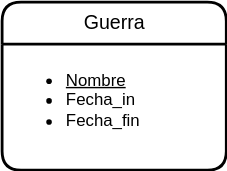
Jimxx22/C3-UD11-UML keeps this draw.io diagram as UD12-4.svg. Above is the earlier version. Source tidied: cells renumbered, new cells last; positions are measured from the earlier drawing's top-left corner, leaving out a move shared by most shapes.
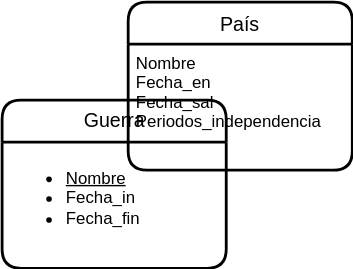
Later version of the same file.

Change to the diagram source:
```diff
@@ -8,5 +8,11 @@
     <mxCell id="3" value="&lt;ul&gt;&lt;li&gt;&lt;span style=&quot;background-color: initial;&quot;&gt;&lt;u&gt;Nombre&lt;/u&gt;&lt;/span&gt;&lt;/li&gt;&lt;li&gt;Fecha_in&lt;/li&gt;&lt;li&gt;Fecha_fin&lt;/li&gt;&lt;/ul&gt;" style="align=left;strokeColor=none;fillColor=none;spacingLeft=4;fontSize=12;verticalAlign=top;rounded=0;glass=0;html=1;" parent="2" vertex="1">
       <mxGeometry y="30" width="160" height="90" as="geometry" />
     </mxCell>
+    <mxCell id="4" value="País" style="swimlane;horizontal=1;startSize=30;rounded=1;fontSize=14;fontStyle=0;strokeWidth=2;shadow=0;dashed=0;align=center;html=0;" parent="1" vertex="1">
+      <mxGeometry x="90" y="-70" width="160" height="120" as="geometry" />
+    </mxCell>
+    <mxCell id="5" value="Nombre&#10;Fecha_en&#10;Fecha_sal&#10;Periodos_independencia&#10;" style="align=left;strokeColor=none;fillColor=none;spacingLeft=4;fontSize=12;verticalAlign=top;html=0;" parent="4" vertex="1">
+      <mxGeometry y="30" width="160" height="90" as="geometry" />
+    </mxCell>
   </root>
 </mxGraphModel>
```
